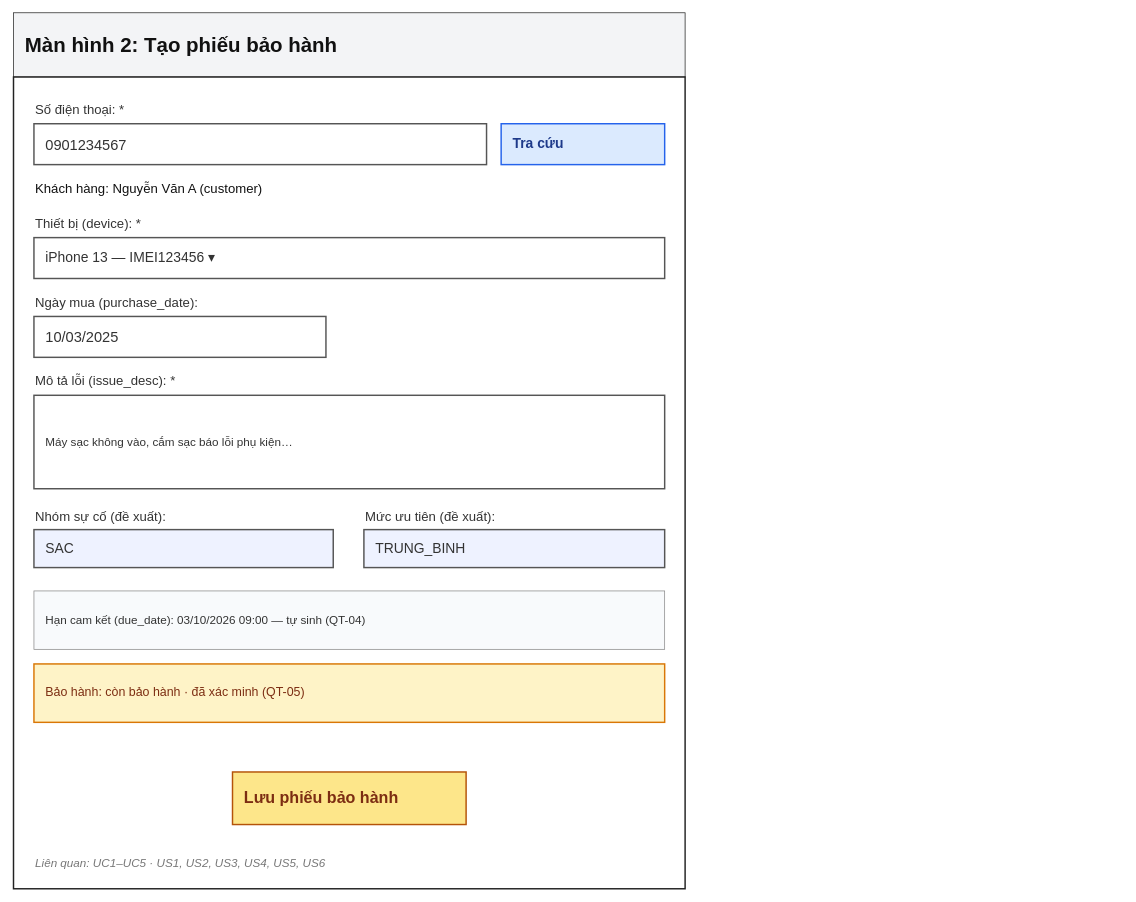
Above: page "Màn hình 2 - Tạo phiếu" (2 of 3) of docs/wireframe.drawio in doanxuantien2374802010493/smartcrm-2374802010493-tiep-nhan-bao-hanh (draw.io), before the change. Source tidied: cells renumbered, new cells numbered last; positions are measured from the earlier drawing's top-left corner, leaving out a move shared by most shapes. Both pictures are drawn from the tidied source at 73%, with x=0, y=0 at pixel (13, 12).
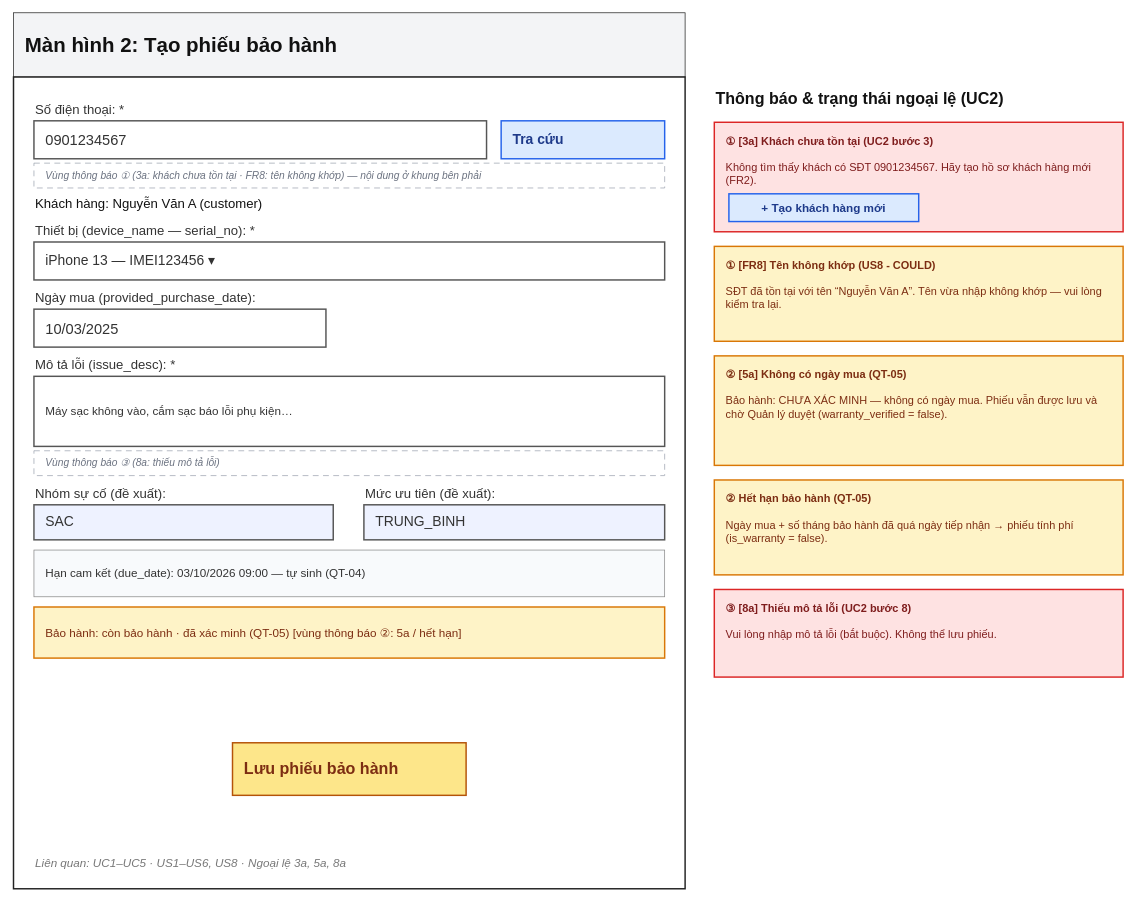
Above is the later version.

The edit, as a diff of the source:
```diff
@@
     <mxCell id="5" value="0901234567" style="rounded=0;whiteSpace=wrap;html=1;fillColor=#FFFFFF;strokeColor=#555555;strokeWidth=2;fontSize=20;fontColor=#333333;align=left;verticalAlign=middle;spacingLeft=14;" parent="1" vertex="1">
-      <mxGeometry x="28" y="152" width="620" height="56" as="geometry" />
+      <mxGeometry x="28" y="148" width="620" height="52" as="geometry" />
     </mxCell>
     <mxCell id="6" value="Tra cứu" style="rounded=0;whiteSpace=wrap;html=1;fillColor=#DBEAFE;strokeColor=#2563EB;strokeWidth=2;fontSize=19;fontColor=#1E3A8A;align=left;verticalAlign=middle;spacingLeft=14;fontStyle=1;" parent="1" vertex="1">
-      <mxGeometry x="668" y="152" width="224" height="56" as="geometry" />
+      <mxGeometry x="668" y="148" width="224" height="52" as="geometry" />
     </mxCell>
-    <mxCell id="7" value="Khách hàng: Nguyễn Văn A (customer)" style="rounded=0;whiteSpace=wrap;html=1;fillColor=none;strokeColor=none;strokeWidth=0;fontSize=18;fontColor=#111111;align=left;verticalAlign=middle;spacingLeft=14;spacingLeft=0;" parent="1" vertex="1">
-      <mxGeometry x="28" y="226" width="860" height="30" as="geometry" />
+    <mxCell id="7" value="Vùng thông báo ① (3a: khách chưa tồn tại · FR8: tên không khớp) — nội dung ở khung bên phải" style="rounded=0;whiteSpace=wrap;html=1;fillColor=#FFFFFF;strokeColor=#9CA3AF;strokeWidth=1;fontSize=14;fontColor=#6B7280;align=left;verticalAlign=middle;spacingLeft=14;fontStyle=2;dashed=1;dashPattern=8 6;" parent="1" vertex="1">
+      <mxGeometry x="28" y="206" width="864" height="34" as="geometry" />
     </mxCell>
-    <mxCell id="8" value="Thiết bị (device): *" style="rounded=0;whiteSpace=wrap;html=1;fillColor=none;strokeColor=none;strokeWidth=0;fontSize=18;fontColor=#333333;align=left;verticalAlign=middle;spacingLeft=14;spacingLeft=0;" parent="1" vertex="1">
-      <mxGeometry x="28" y="274" width="600" height="30" as="geometry" />
+    <mxCell id="8" value="Khách hàng: Nguyễn Văn A (customer)" style="rounded=0;whiteSpace=wrap;html=1;fillColor=none;strokeColor=none;strokeWidth=0;fontSize=18;fontColor=#111111;align=left;verticalAlign=middle;spacingLeft=14;spacingLeft=0;" parent="1" vertex="1">
+      <mxGeometry x="28" y="248" width="860" height="28" as="geometry" />
     </mxCell>
-    <mxCell id="9" value="iPhone 13 — IMEI123456 ▾" style="rounded=0;whiteSpace=wrap;html=1;fillColor=#FFFFFF;strokeColor=#555555;strokeWidth=2;fontSize=19;fontColor=#333333;align=left;verticalAlign=middle;spacingLeft=14;" parent="1" vertex="1">
-      <mxGeometry x="28" y="308" width="864" height="56" as="geometry" />
+    <mxCell id="9" value="Thiết bị (device_name — serial_no): *" style="rounded=0;whiteSpace=wrap;html=1;fillColor=none;strokeColor=none;strokeWidth=0;fontSize=18;fontColor=#333333;align=left;verticalAlign=middle;spacingLeft=14;spacingLeft=0;" parent="1" vertex="1">
+      <mxGeometry x="28" y="284" width="600" height="30" as="geometry" />
     </mxCell>
-    <mxCell id="10" value="Ngày mua (purchase_date):" style="rounded=0;whiteSpace=wrap;html=1;fillColor=none;strokeColor=none;strokeWidth=0;fontSize=18;fontColor=#333333;align=left;verticalAlign=middle;spacingLeft=14;spacingLeft=0;" parent="1" vertex="1">
-      <mxGeometry x="28" y="382" width="600" height="30" as="geometry" />
+    <mxCell id="10" value="iPhone 13 — IMEI123456 ▾" style="rounded=0;whiteSpace=wrap;html=1;fillColor=#FFFFFF;strokeColor=#555555;strokeWidth=2;fontSize=19;fontColor=#333333;align=left;verticalAlign=middle;spacingLeft=14;" parent="1" vertex="1">
+      <mxGeometry x="28" y="314" width="864" height="52" as="geometry" />
     </mxCell>
-    <mxCell id="11" value="10/03/2025" style="rounded=0;whiteSpace=wrap;html=1;fillColor=#FFFFFF;strokeColor=#555555;strokeWidth=2;fontSize=20;fontColor=#333333;align=left;verticalAlign=middle;spacingLeft=14;" parent="1" vertex="1">
-      <mxGeometry x="28" y="416" width="400" height="56" as="geometry" />
+    <mxCell id="11" value="Ngày mua (provided_purchase_date):" style="rounded=0;whiteSpace=wrap;html=1;fillColor=none;strokeColor=none;strokeWidth=0;fontSize=18;fontColor=#333333;align=left;verticalAlign=middle;spacingLeft=14;spacingLeft=0;" parent="1" vertex="1">
+      <mxGeometry x="28" y="376" width="600" height="30" as="geometry" />
     </mxCell>
-    <mxCell id="12" value="Mô tả lỗi (issue_desc): *" style="rounded=0;whiteSpace=wrap;html=1;fillColor=none;strokeColor=none;strokeWidth=0;fontSize=18;fontColor=#333333;align=left;verticalAlign=middle;spacingLeft=14;spacingLeft=0;" parent="1" vertex="1">
-      <mxGeometry x="28" y="490" width="600" height="30" as="geometry" />
+    <mxCell id="12" value="10/03/2025" style="rounded=0;whiteSpace=wrap;html=1;fillColor=#FFFFFF;strokeColor=#555555;strokeWidth=2;fontSize=20;fontColor=#333333;align=left;verticalAlign=middle;spacingLeft=14;" parent="1" vertex="1">
+      <mxGeometry x="28" y="406" width="400" height="52" as="geometry" />
     </mxCell>
-    <mxCell id="13" value="Máy sạc không vào, cắm sạc báo lỗi phụ kiện…" style="rounded=0;whiteSpace=wrap;html=1;fillColor=#FFFFFF;strokeColor=#555555;strokeWidth=2;fontSize=16;fontColor=#333333;align=left;verticalAlign=middle;spacingLeft=14;" parent="1" vertex="1">
-      <mxGeometry x="28" y="524" width="864" height="128" as="geometry" />
+    <mxCell id="13" value="Mô tả lỗi (issue_desc): *" style="rounded=0;whiteSpace=wrap;html=1;fillColor=none;strokeColor=none;strokeWidth=0;fontSize=18;fontColor=#333333;align=left;verticalAlign=middle;spacingLeft=14;spacingLeft=0;" parent="1" vertex="1">
+      <mxGeometry x="28" y="468" width="600" height="30" as="geometry" />
     </mxCell>
-    <mxCell id="14" value="Nhóm sự cố (đề xuất):" style="rounded=0;whiteSpace=wrap;html=1;fillColor=none;strokeColor=none;strokeWidth=0;fontSize=18;fontColor=#333333;align=left;verticalAlign=middle;spacingLeft=14;spacingLeft=0;" parent="1" vertex="1">
-      <mxGeometry x="28" y="676" width="400" height="30" as="geometry" />
+    <mxCell id="14" value="Máy sạc không vào, cắm sạc báo lỗi phụ kiện…" style="rounded=0;whiteSpace=wrap;html=1;fillColor=#FFFFFF;strokeColor=#555555;strokeWidth=2;fontSize=16;fontColor=#333333;align=left;verticalAlign=middle;spacingLeft=14;" parent="1" vertex="1">
+      <mxGeometry x="28" y="498" width="864" height="96" as="geometry" />
     </mxCell>
-    <mxCell id="15" value="Mức ưu tiên (đề xuất):" style="rounded=0;whiteSpace=wrap;html=1;fillColor=none;strokeColor=none;strokeWidth=0;fontSize=18;fontColor=#333333;align=left;verticalAlign=middle;spacingLeft=14;spacingLeft=0;" parent="1" vertex="1">
-      <mxGeometry x="480" y="676" width="400" height="30" as="geometry" />
+    <mxCell id="15" value="Vùng thông báo ③ (8a: thiếu mô tả lỗi)" style="rounded=0;whiteSpace=wrap;html=1;fillColor=#FFFFFF;strokeColor=#9CA3AF;strokeWidth=1;fontSize=14;fontColor=#6B7280;align=left;verticalAlign=middle;spacingLeft=14;fontStyle=2;dashed=1;dashPattern=8 6;" parent="1" vertex="1">
+      <mxGeometry x="28" y="600" width="864" height="34" as="geometry" />
     </mxCell>
-    <mxCell id="16" value="SAC" style="rounded=0;whiteSpace=wrap;html=1;fillColor=#EEF2FF;strokeColor=#555555;strokeWidth=2;fontSize=19;fontColor=#333333;align=left;verticalAlign=middle;spacingLeft=14;" parent="1" vertex="1">
-      <mxGeometry x="28" y="708" width="410" height="52" as="geometry" />
+    <mxCell id="16" value="Nhóm sự cố (đề xuất):" style="rounded=0;whiteSpace=wrap;html=1;fillColor=none;strokeColor=none;strokeWidth=0;fontSize=18;fontColor=#333333;align=left;verticalAlign=middle;spacingLeft=14;spacingLeft=0;" parent="1" vertex="1">
+      <mxGeometry x="28" y="644" width="400" height="30" as="geometry" />
     </mxCell>
-    <mxCell id="17" value="TRUNG_BINH" style="rounded=0;whiteSpace=wrap;html=1;fillColor=#EEF2FF;strokeColor=#555555;strokeWidth=2;fontSize=19;fontColor=#333333;align=left;verticalAlign=middle;spacingLeft=14;" parent="1" vertex="1">
-      <mxGeometry x="480" y="708" width="412" height="52" as="geometry" />
+    <mxCell id="17" value="Mức ưu tiên (đề xuất):" style="rounded=0;whiteSpace=wrap;html=1;fillColor=none;strokeColor=none;strokeWidth=0;fontSize=18;fontColor=#333333;align=left;verticalAlign=middle;spacingLeft=14;spacingLeft=0;" parent="1" vertex="1">
+      <mxGeometry x="480" y="644" width="400" height="30" as="geometry" />
     </mxCell>
-    <mxCell id="18" value="Hạn cam kết (due_date): 03/10/2026 09:00 — tự sinh (QT-04)" style="rounded=0;whiteSpace=wrap;html=1;fillColor=#F8FAFC;strokeColor=#888888;strokeWidth=1;fontSize=16;fontColor=#333333;align=left;verticalAlign=middle;spacingLeft=14;" parent="1" vertex="1">
-      <mxGeometry x="28" y="792" width="864" height="80" as="geometry" />
+    <mxCell id="18" value="SAC" style="rounded=0;whiteSpace=wrap;html=1;fillColor=#EEF2FF;strokeColor=#555555;strokeWidth=2;fontSize=19;fontColor=#333333;align=left;verticalAlign=middle;spacingLeft=14;" parent="1" vertex="1">
+      <mxGeometry x="28" y="674" width="410" height="48" as="geometry" />
     </mxCell>
-    <mxCell id="19" value="Bảo hành: còn bảo hành · đã xác minh (QT-05)" style="rounded=0;whiteSpace=wrap;html=1;fillColor=#FEF3C7;strokeColor=#D97706;strokeWidth=2;fontSize=17;fontColor=#7C2D12;align=left;verticalAlign=middle;spacingLeft=14;" parent="1" vertex="1">
-      <mxGeometry x="28" y="892" width="864" height="80" as="geometry" />
+    <mxCell id="19" value="TRUNG_BINH" style="rounded=0;whiteSpace=wrap;html=1;fillColor=#EEF2FF;strokeColor=#555555;strokeWidth=2;fontSize=19;fontColor=#333333;align=left;verticalAlign=middle;spacingLeft=14;" parent="1" vertex="1">
+      <mxGeometry x="480" y="674" width="412" height="48" as="geometry" />
     </mxCell>
-    <mxCell id="20" value="Lưu phiếu bảo hành" style="rounded=0;whiteSpace=wrap;html=1;fillColor=#FDE68A;strokeColor=#B45309;strokeWidth=2;fontSize=22;fontColor=#7C2D12;align=left;verticalAlign=middle;spacingLeft=14;fontStyle=1;" parent="1" vertex="1">
-      <mxGeometry x="300" y="1040" width="320" height="72" as="geometry" />
+    <mxCell id="20" value="Hạn cam kết (due_date): 03/10/2026 09:00 — tự sinh (QT-04)" style="rounded=0;whiteSpace=wrap;html=1;fillColor=#F8FAFC;strokeColor=#888888;strokeWidth=1;fontSize=16;fontColor=#333333;align=left;verticalAlign=middle;spacingLeft=14;" parent="1" vertex="1">
+      <mxGeometry x="28" y="736" width="864" height="64" as="geometry" />
     </mxCell>
-    <mxCell id="21" value="Liên quan: UC1–UC5 · US1, US2, US3, US4, US5, US6" style="rounded=0;whiteSpace=wrap;html=1;fillColor=none;strokeColor=none;strokeWidth=0;fontSize=16;fontColor=#777777;align=left;verticalAlign=middle;spacingLeft=14;fontStyle=2;spacingLeft=0;" parent="1" vertex="1">
-      <mxGeometry x="28" y="1148" width="600" height="32" as="geometry" />
+    <mxCell id="21" value="Bảo hành: còn bảo hành · đã xác minh (QT-05)   [vùng thông báo ②: 5a / hết hạn]" style="rounded=0;whiteSpace=wrap;html=1;fillColor=#FEF3C7;strokeColor=#D97706;strokeWidth=2;fontSize=16;fontColor=#7C2D12;align=left;verticalAlign=middle;spacingLeft=14;" parent="1" vertex="1">
+      <mxGeometry x="28" y="814" width="864" height="70" as="geometry" />
     </mxCell>
+    <mxCell id="22" value="Lưu phiếu bảo hành" style="rounded=0;whiteSpace=wrap;html=1;fillColor=#FDE68A;strokeColor=#B45309;strokeWidth=2;fontSize=22;fontColor=#7C2D12;align=left;verticalAlign=middle;spacingLeft=14;fontStyle=1;" parent="1" vertex="1">
+      <mxGeometry x="300" y="1000" width="320" height="72" as="geometry" />
+    </mxCell>
+    <mxCell id="23" value="Liên quan: UC1–UC5 · US1–US6, US8 · Ngoại lệ 3a, 5a, 8a" style="rounded=0;whiteSpace=wrap;html=1;fillColor=none;strokeColor=none;strokeWidth=0;fontSize=16;fontColor=#777777;align=left;verticalAlign=middle;spacingLeft=14;fontStyle=2;spacingLeft=0;" parent="1" vertex="1">
+      <mxGeometry x="28" y="1148" width="600" height="32" as="geometry" />
+    </mxCell>
+    <mxCell id="24" value="Thông báo &amp;amp; trạng thái ngoại lệ (UC2)" style="rounded=0;whiteSpace=wrap;html=1;fillColor=none;strokeColor=none;strokeWidth=0;fontSize=22;fontColor=#111111;align=left;verticalAlign=middle;spacingLeft=14;fontStyle=1;spacingLeft=0;" parent="1" vertex="1">
+      <mxGeometry x="960" y="100" width="560" height="36" as="geometry" />
+    </mxCell>
+    <mxCell id="25" value="&lt;b&gt;① [3a] Khách chưa tồn tại (UC2 bước 3)&lt;/b&gt;&lt;br&gt;&lt;br&gt;Không tìm thấy khách có SĐT 0901234567. Hãy tạo hồ sơ khách hàng mới (FR2)." style="rounded=0;whiteSpace=wrap;html=1;fillColor=#FEE2E2;strokeColor=#DC2626;strokeWidth=2;fontSize=15;fontColor=#7F1D1D;align=left;verticalAlign=top;spacingLeft=14;spacingTop=10;spacingRight=10;" parent="1" vertex="1">
+      <mxGeometry x="960" y="150" width="560" height="150" as="geometry" />
+    </mxCell>
+    <mxCell id="26" value="+ Tạo khách hàng mới" style="rounded=0;whiteSpace=wrap;html=1;fillColor=#DBEAFE;strokeColor=#2563EB;strokeWidth=2;fontSize=16;fontColor=#1E3A8A;align=center;verticalAlign=middle;fontStyle=1;" parent="1" vertex="1">
+      <mxGeometry x="980" y="248" width="260" height="38" as="geometry" />
+    </mxCell>
+    <mxCell id="27" value="&lt;b&gt;① [FR8] Tên không khớp (US8 - COULD)&lt;/b&gt;&lt;br&gt;&lt;br&gt;SĐT đã tồn tại với tên “Nguyễn Văn A”. Tên vừa nhập không khớp — vui lòng kiểm tra lại." style="rounded=0;whiteSpace=wrap;html=1;fillColor=#FEF3C7;strokeColor=#D97706;strokeWidth=2;fontSize=15;fontColor=#7C2D12;align=left;verticalAlign=top;spacingLeft=14;spacingTop=10;spacingRight=10;" parent="1" vertex="1">
+      <mxGeometry x="960" y="320" width="560" height="130" as="geometry" />
+    </mxCell>
+    <mxCell id="28" value="&lt;b&gt;② [5a] Không có ngày mua (QT-05)&lt;/b&gt;&lt;br&gt;&lt;br&gt;Bảo hành: CHƯA XÁC MINH — không có ngày mua. Phiếu vẫn được lưu và chờ Quản lý duyệt (warranty_verified = false)." style="rounded=0;whiteSpace=wrap;html=1;fillColor=#FEF3C7;strokeColor=#D97706;strokeWidth=2;fontSize=15;fontColor=#7C2D12;align=left;verticalAlign=top;spacingLeft=14;spacingTop=10;spacingRight=10;" parent="1" vertex="1">
+      <mxGeometry x="960" y="470" width="560" height="150" as="geometry" />
+    </mxCell>
+    <mxCell id="29" value="&lt;b&gt;② Hết hạn bảo hành (QT-05)&lt;/b&gt;&lt;br&gt;&lt;br&gt;Ngày mua + số tháng bảo hành đã quá ngày tiếp nhận → phiếu tính phí (is_warranty = false)." style="rounded=0;whiteSpace=wrap;html=1;fillColor=#FEF3C7;strokeColor=#D97706;strokeWidth=2;fontSize=15;fontColor=#7C2D12;align=left;verticalAlign=top;spacingLeft=14;spacingTop=10;spacingRight=10;" parent="1" vertex="1">
+      <mxGeometry x="960" y="640" width="560" height="130" as="geometry" />
+    </mxCell>
+    <mxCell id="30" value="&lt;b&gt;③ [8a] Thiếu mô tả lỗi (UC2 bước 8)&lt;/b&gt;&lt;br&gt;&lt;br&gt;Vui lòng nhập mô tả lỗi (bắt buộc). Không thể lưu phiếu." style="rounded=0;whiteSpace=wrap;html=1;fillColor=#FEE2E2;strokeColor=#DC2626;strokeWidth=2;fontSize=15;fontColor=#7F1D1D;align=left;verticalAlign=top;spacingLeft=14;spacingTop=10;spacingRight=10;" parent="1" vertex="1">
+      <mxGeometry x="960" y="790" width="560" height="120" as="geometry" />
+    </mxCell>
```
